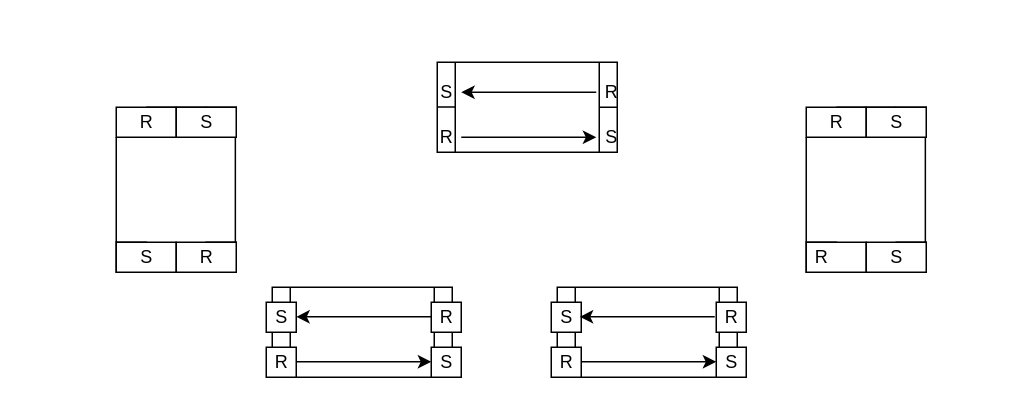
Above: Untitled Diagram.drawio in KotFedot21/-_1 (draw.io), before the change. Source tidied: cells renumbered, new cells numbered last; positions are measured from the earlier drawing's top-left corner, leaving out a move shared by most shapes. Both pictures are drawn from the tidied source at 150%, with x=0, y=0 at pixel (116, 62).
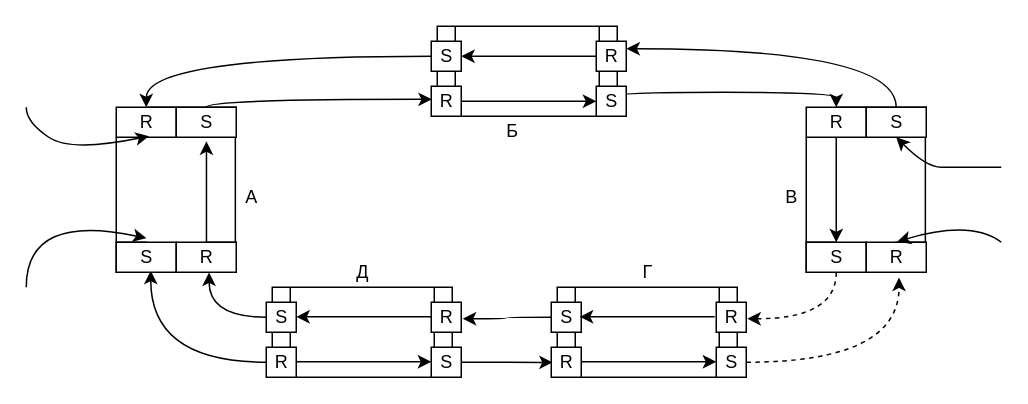
The same page after the edit.

The change refers to these unchanged cells:
```xml
<mxCell id="12" value="S" style="text;html=1;align=center;verticalAlign=middle;points=[];labelBackgroundColor=default;fillColor=default;strokeColor=default;fontColor=default;" parent="1" vertex="1">
  <mxGeometry x="100" y="160" width="20" height="20" as="geometry" />
</mxCell>
<mxCell id="13" value="R" style="text;html=1;align=center;verticalAlign=middle;points=[];labelBackgroundColor=default;fillColor=default;strokeColor=default;fontColor=default;" parent="1" vertex="1">
  <mxGeometry x="100" y="190" width="20" height="20" as="geometry" />
</mxCell>
<mxCell id="14" value="S" style="text;html=1;align=center;verticalAlign=middle;points=[];fillColor=default;strokeColor=default;fontColor=default;" parent="1" vertex="1">
  <mxGeometry x="210" y="190" width="20" height="20" as="geometry" />
</mxCell>
<mxCell id="15" value="R" style="text;html=1;align=center;verticalAlign=middle;points=[];fillColor=default;strokeColor=default;fontColor=default;" parent="1" vertex="1">
  <mxGeometry x="210" y="160" width="20" height="20" as="geometry" />
</mxCell>
<mxCell id="19" value="S" style="text;html=1;align=center;verticalAlign=middle;points=[];fillColor=default;strokeColor=default;fontColor=default;" parent="1" vertex="1">
  <mxGeometry x="290" y="160" width="20" height="20" as="geometry" />
</mxCell>
<mxCell id="20" value="R" style="text;html=1;align=center;verticalAlign=middle;points=[];fillColor=default;strokeColor=default;fontColor=default;" parent="1" vertex="1">
  <mxGeometry x="290" y="190" width="20" height="20" as="geometry" />
</mxCell>
<mxCell id="21" value="S" style="text;html=1;align=center;verticalAlign=middle;points=[];fillColor=default;strokeColor=default;fontColor=default;" parent="1" vertex="1">
  <mxGeometry x="400" y="190" width="20" height="20" as="geometry" />
</mxCell>
<mxCell id="22" value="R" style="text;html=1;align=center;verticalAlign=middle;points=[];fillColor=default;strokeColor=default;fontColor=default;" parent="1" vertex="1">
  <mxGeometry x="400" y="160" width="20" height="20" as="geometry" />
</mxCell>
<mxCell id="43" value="R" style="text;html=1;align=center;verticalAlign=middle;points=[];strokeColor=none;fillColor=none;fontColor=default;" parent="1" vertex="1">
  <mxGeometry x="10" y="30" width="20" height="20" as="geometry" />
</mxCell>
<mxCell id="44" value="R" style="text;html=1;align=center;verticalAlign=middle;points=[];strokeColor=none;fillColor=none;fontColor=default;" parent="1" vertex="1">
  <mxGeometry x="50" y="120" width="20" height="20" as="geometry" />
</mxCell>
<mxCell id="45" value="R" style="text;html=1;align=center;verticalAlign=middle;points=[];strokeColor=none;fillColor=none;fontColor=default;" parent="1" vertex="1">
  <mxGeometry x="470" y="30" width="20" height="20" as="geometry" />
</mxCell>
<mxCell id="48" value="S" style="text;html=1;align=center;verticalAlign=middle;points=[];strokeColor=none;fillColor=none;fontColor=default;" parent="1" vertex="1">
  <mxGeometry x="510" y="30" width="20" height="20" as="geometry" />
</mxCell>
<mxCell id="49" value="S" style="text;html=1;align=center;verticalAlign=middle;points=[];strokeColor=none;fillColor=none;fontColor=default;" parent="1" vertex="1">
  <mxGeometry x="50" y="30" width="20" height="20" as="geometry" />
</mxCell>
<mxCell id="50" value="S" style="text;html=1;align=center;verticalAlign=middle;points=[];strokeColor=none;fillColor=none;fontColor=default;" parent="1" vertex="1">
  <mxGeometry x="10" y="120" width="20" height="20" as="geometry" />
</mxCell>
```

What changed in the source:
```diff
@@
     <mxCell id="2" style="shape=process;whiteSpace=wrap;html=1;backgroundOutline=1;fontColor=default;strokeColor=default;fillColor=default;" parent="1" vertex="1">
-      <mxGeometry x="214" width="120" height="60" as="geometry" />
+      <mxGeometry x="214" y="-24" width="120" height="60" as="geometry" />
     </mxCell>
-    <mxCell id="3" style="endArrow=none;html=1;rounded=0;fontColor=default;entryX=1;entryY=0.5;entryDx=0;entryDy=0;strokeColor=default;labelBackgroundColor=default;exitX=0.098;exitY=0.997;exitDx=0;exitDy=0;exitPerimeter=0;" parent="1" edge="1" source="8" target="2">
+    <mxCell id="3" style="endArrow=none;html=1;rounded=0;fontColor=default;entryX=1;entryY=0.5;entryDx=0;entryDy=0;strokeColor=default;labelBackgroundColor=default;exitX=0.098;exitY=0.997;exitDx=0;exitDy=0;exitPerimeter=0;fillColor=default;" parent="1" edge="1" source="8" target="2">
       <mxGeometry relative="1" as="geometry" />
     </mxCell>
-    <mxCell id="4" style="endArrow=none;html=1;rounded=0;fontColor=default;entryX=0.8;entryY=0.994;entryDx=0;entryDy=0;strokeColor=default;labelBackgroundColor=default;entryPerimeter=0;" parent="1" edge="1" target="5">
+    <mxCell id="4" style="endArrow=none;html=1;rounded=0;fontColor=default;entryX=0.8;entryY=0.994;entryDx=0;entryDy=0;strokeColor=default;labelBackgroundColor=default;entryPerimeter=0;fillColor=default;" parent="1" edge="1" target="5">
       <mxGeometry relative="1" as="geometry">
-        <mxPoint x="214" y="29.9" as="sourcePoint" />
+        <mxPoint x="214" y="5.9" as="sourcePoint" />
         <Array as="points">
-          <mxPoint x="224" y="29.9" />
+          <mxPoint x="224" y="5.9" />
         </Array>
       </mxGeometry>
     </mxCell>
+    <mxCell id="57" style="edgeStyle=orthogonalEdgeStyle;curved=1;rounded=0;jettySize=auto;html=1;labelBackgroundColor=default;fontColor=default;strokeColor=default;fillColor=default;" parent="1" edge="1" source="5" target="43">
+      <mxGeometry relative="1" as="geometry" />
+    </mxCell>
-    <mxCell id="5" value="S" style="text;html=1;align=center;verticalAlign=middle;points=[];strokeColor=none;fillColor=none;fontColor=default;" parent="1" vertex="1">
-      <mxGeometry x="210" y="10" width="20" height="20" as="geometry" />
+    <mxCell id="5" value="S" style="text;html=1;align=center;verticalAlign=middle;points=[];strokeColor=default;fillColor=default;fontColor=default;" parent="1" vertex="1">
+      <mxGeometry x="210" y="-14" width="20" height="20" as="geometry" />
     </mxCell>
-    <mxCell id="6" value="R" style="text;html=1;align=center;verticalAlign=middle;points=[];strokeColor=none;fillColor=none;fontColor=default;" parent="1" vertex="1">
-      <mxGeometry x="210" y="40" width="20" height="20" as="geometry" />
+    <mxCell id="6" value="R" style="text;html=1;align=center;verticalAlign=middle;points=[];strokeColor=default;fillColor=default;fontColor=default;" parent="1" vertex="1">
+      <mxGeometry x="210" y="16" width="20" height="20" as="geometry" />
     </mxCell>
+    <mxCell id="58" style="edgeStyle=orthogonalEdgeStyle;curved=1;rounded=0;jettySize=auto;html=1;entryX=0.5;entryY=0;entryDx=0;entryDy=0;entryPerimeter=0;labelBackgroundColor=default;fontColor=default;strokeColor=default;fillColor=default;exitX=1.015;exitY=0.494;exitDx=0;exitDy=0;exitPerimeter=0;" parent="1" edge="1" source="7" target="45">
+      <mxGeometry relative="1" as="geometry">
+        <Array as="points">
+          <mxPoint x="330" y="26" />
+          <mxPoint x="330" y="20" />
+          <mxPoint x="480" y="20" />
+        </Array>
+      </mxGeometry>
+    </mxCell>
-    <mxCell id="7" value="S" style="text;html=1;align=center;verticalAlign=middle;points=[];strokeColor=none;fillColor=none;fontColor=default;" parent="1" vertex="1">
-      <mxGeometry x="320" y="40" width="20" height="20" as="geometry" />
+    <mxCell id="7" value="S" style="text;html=1;align=center;verticalAlign=middle;points=[];strokeColor=default;fillColor=default;fontColor=default;" parent="1" vertex="1">
+      <mxGeometry x="320" y="16" width="20" height="20" as="geometry" />
     </mxCell>
-    <mxCell id="8" value="R" style="text;html=1;align=center;verticalAlign=middle;points=[];strokeColor=none;fillColor=none;fontColor=default;" parent="1" vertex="1">
-      <mxGeometry x="320" y="10" width="20" height="20" as="geometry" />
+    <mxCell id="8" value="R" style="text;html=1;align=center;verticalAlign=middle;points=[];strokeColor=default;fillColor=default;fontColor=default;" parent="1" vertex="1">
+      <mxGeometry x="320" y="-14" width="20" height="20" as="geometry" />
     </mxCell>
@@
+    <mxCell id="59" style="edgeStyle=orthogonalEdgeStyle;curved=1;rounded=0;jettySize=auto;html=1;entryX=0.593;entryY=1.007;entryDx=0;entryDy=0;entryPerimeter=0;labelBackgroundColor=default;fontColor=default;strokeColor=default;fillColor=default;" parent="1" edge="1" source="12" target="44">
+      <mxGeometry relative="1" as="geometry" />
+    </mxCell>
@@
+    <mxCell id="60" style="edgeStyle=orthogonalEdgeStyle;curved=1;rounded=0;jettySize=auto;html=1;entryX=0.65;entryY=0.95;entryDx=0;entryDy=0;entryPerimeter=0;labelBackgroundColor=default;fontColor=default;strokeColor=default;fillColor=default;" parent="1" edge="1" source="13" target="50">
+      <mxGeometry relative="1" as="geometry" />
+    </mxCell>
@@
+    <mxCell id="61" style="edgeStyle=orthogonalEdgeStyle;curved=1;rounded=0;jettySize=auto;html=1;entryX=0.05;entryY=0.507;entryDx=0;entryDy=0;entryPerimeter=0;labelBackgroundColor=default;fontColor=default;strokeColor=default;fillColor=default;" parent="1" edge="1" source="14" target="20">
+      <mxGeometry relative="1" as="geometry" />
+    </mxCell>
@@
+    <mxCell id="62" style="edgeStyle=orthogonalEdgeStyle;curved=1;rounded=0;jettySize=auto;html=1;entryX=1.05;entryY=0.55;entryDx=0;entryDy=0;entryPerimeter=0;labelBackgroundColor=default;fontColor=default;strokeColor=default;fillColor=default;" parent="1" edge="1" source="19" target="15">
+      <mxGeometry relative="1" as="geometry" />
+    </mxCell>
@@
+    <mxCell id="63" style="edgeStyle=orthogonalEdgeStyle;curved=1;rounded=0;jettySize=auto;html=1;entryX=0.593;entryY=1.179;entryDx=0;entryDy=0;entryPerimeter=0;labelBackgroundColor=default;fontColor=default;strokeColor=default;fillColor=default;dashed=1;" parent="1" edge="1" source="21" target="46">
+      <mxGeometry relative="1" as="geometry" />
+    </mxCell>
@@
+    <mxCell id="64" style="edgeStyle=orthogonalEdgeStyle;rounded=0;jettySize=auto;html=1;entryX=1;entryY=0;entryDx=0;entryDy=0;entryPerimeter=0;labelBackgroundColor=default;fontColor=default;strokeColor=default;fillColor=default;" parent="1" edge="1" source="45">
+      <mxGeometry relative="1" as="geometry">
+        <mxPoint x="480" y="120" as="targetPoint" />
+      </mxGeometry>
+    </mxCell>
@@
-    <mxCell id="46" value="R" style="text;html=1;align=center;verticalAlign=middle;points=[];strokeColor=none;fillColor=none;fontColor=default;" parent="1" vertex="1">
-      <mxGeometry x="460" y="120" width="20" height="20" as="geometry" />
-    </mxCell>
-    <mxCell id="47" value="S" style="text;html=1;align=center;verticalAlign=middle;points=[];strokeColor=none;fillColor=none;fontColor=default;" parent="1" vertex="1">
-      <mxGeometry x="510" y="120" width="20" height="20" as="geometry" />
-    </mxCell>
+    <mxCell id="65" style="edgeStyle=orthogonalEdgeStyle;curved=1;rounded=0;jettySize=auto;html=1;entryX=1.007;entryY=0.25;entryDx=0;entryDy=0;entryPerimeter=0;labelBackgroundColor=default;fontColor=default;strokeColor=default;fillColor=default;" parent="1" edge="1" source="48" target="8">
+      <mxGeometry relative="1" as="geometry">
+        <Array as="points">
+          <mxPoint x="520" y="-9" />
+        </Array>
+      </mxGeometry>
+    </mxCell>
@@
+    <mxCell id="66" style="edgeStyle=orthogonalEdgeStyle;curved=1;rounded=0;jettySize=auto;html=1;entryX=0.021;entryY=0.436;entryDx=0;entryDy=0;entryPerimeter=0;labelBackgroundColor=default;fontColor=default;strokeColor=default;fillColor=default;" parent="1" edge="1" source="49" target="6">
+      <mxGeometry relative="1" as="geometry">
+        <Array as="points">
+          <mxPoint x="60" y="25" />
+        </Array>
+      </mxGeometry>
+    </mxCell>
@@
+    <mxCell id="67" style="endArrow=classic;html=1;rounded=0;labelBackgroundColor=default;fontColor=default;strokeColor=default;fillColor=default;entryX=0.507;entryY=1.136;entryDx=0;entryDy=0;entryPerimeter=0;exitX=0.507;exitY=0;exitDx=0;exitDy=0;exitPerimeter=0;" parent="1" edge="1" source="44" target="49">
+      <mxGeometry relative="1" as="geometry" />
+    </mxCell>
+    <mxCell id="68" style="edgeStyle=orthogonalEdgeStyle;curved=1;rounded=0;jettySize=auto;html=1;entryX=1.036;entryY=0.55;entryDx=0;entryDy=0;entryPerimeter=0;labelBackgroundColor=default;fontColor=default;strokeColor=default;fillColor=default;dashed=1;" parent="1" edge="1" source="47" target="22">
+      <mxGeometry relative="1" as="geometry">
+        <Array as="points">
+          <mxPoint x="480" y="171" />
+        </Array>
+      </mxGeometry>
+    </mxCell>
+    <mxCell id="47" value="S" style="text;html=1;align=center;verticalAlign=middle;points=[];strokeColor=none;fillColor=none;fontColor=default;" parent="1" vertex="1">
+      <mxGeometry x="470" y="120" width="20" height="20" as="geometry" />
+    </mxCell>
+    <mxCell id="46" value="R" style="text;html=1;align=center;verticalAlign=middle;points=[];strokeColor=none;fillColor=none;fontColor=default;" parent="1" vertex="1">
+      <mxGeometry x="510" y="120" width="20" height="20" as="geometry" />
+    </mxCell>
+    <mxCell id="69" style="curved=1;endArrow=classic;html=1;rounded=0;labelBackgroundColor=default;fontColor=default;strokeColor=default;fillColor=default;entryX=0.5;entryY=1;entryDx=0;entryDy=0;entryPerimeter=0;" parent="1" edge="1" target="48">
+      <mxGeometry relative="1" as="geometry">
+        <mxPoint x="590" y="70" as="sourcePoint" />
+        <Array as="points">
+          <mxPoint x="560" y="70" />
+          <mxPoint x="540" y="70" />
+        </Array>
+      </mxGeometry>
+    </mxCell>
+    <mxCell id="70" style="curved=1;endArrow=classic;html=1;rounded=0;labelBackgroundColor=default;fontColor=default;strokeColor=default;fillColor=default;entryX=0.536;entryY=-0.021;entryDx=0;entryDy=0;entryPerimeter=0;" parent="1" edge="1" target="46">
+      <mxGeometry relative="1" as="geometry">
+        <mxPoint x="590" y="120" as="sourcePoint" />
+        <Array as="points">
+          <mxPoint x="570" y="105" />
+        </Array>
+      </mxGeometry>
+    </mxCell>
+    <mxCell id="71" style="curved=1;endArrow=classic;html=1;rounded=0;labelBackgroundColor=default;fontColor=default;strokeColor=default;fillColor=default;entryX=0.507;entryY=-0.136;entryDx=0;entryDy=0;entryPerimeter=0;" parent="1" edge="1" target="50">
+      <mxGeometry relative="1" as="geometry">
+        <mxPoint x="-60" y="150" as="sourcePoint" />
+        <Array as="points">
+          <mxPoint x="-60" y="100" />
+        </Array>
+      </mxGeometry>
+    </mxCell>
+    <mxCell id="72" style="curved=1;endArrow=classic;html=1;rounded=0;labelBackgroundColor=default;fontColor=default;strokeColor=default;fillColor=default;entryX=0.593;entryY=0.964;entryDx=0;entryDy=0;entryPerimeter=0;" parent="1" edge="1" target="43">
+      <mxGeometry relative="1" as="geometry">
+        <mxPoint x="-60" y="30" as="sourcePoint" />
+        <Array as="points">
+          <mxPoint x="-60" y="40" />
+          <mxPoint x="-30" y="60" />
+        </Array>
+      </mxGeometry>
+    </mxCell>
+    <mxCell id="73" value="А" style="text;html=1;align=center;verticalAlign=middle;strokeColor=none;fillColor=none;fontColor=default;" parent="1" vertex="1">
+      <mxGeometry x="80" y="80" width="20" height="20" as="geometry" />
+    </mxCell>
+    <mxCell id="74" value="Б" style="text;html=1;align=center;verticalAlign=middle;strokeColor=none;fillColor=none;fontColor=default;" parent="1" vertex="1">
+      <mxGeometry x="254" y="36" width="20" height="20" as="geometry" />
+    </mxCell>
+    <mxCell id="75" value="В" style="text;html=1;align=center;verticalAlign=middle;strokeColor=none;fillColor=none;fontColor=default;" parent="1" vertex="1">
+      <mxGeometry x="440" y="80" width="20" height="20" as="geometry" />
+    </mxCell>
+    <mxCell id="76" value="Г" style="text;html=1;align=center;verticalAlign=middle;strokeColor=none;fillColor=none;fontColor=default;" parent="1" vertex="1">
+      <mxGeometry x="344" y="130" width="20" height="20" as="geometry" />
+    </mxCell>
+    <mxCell id="77" value="Д" style="text;html=1;align=center;verticalAlign=middle;strokeColor=none;fillColor=none;fontColor=default;" parent="1" vertex="1">
+      <mxGeometry x="154" y="130" width="20" height="20" as="geometry" />
+    </mxCell>
```
